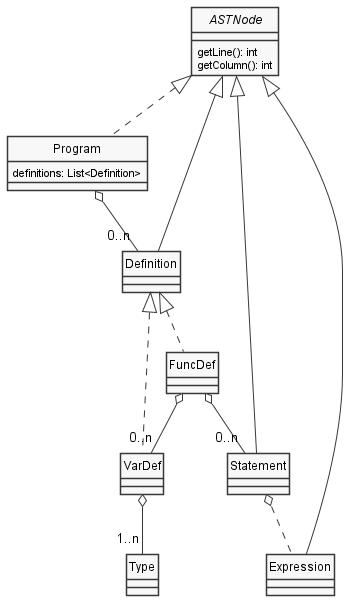
Before: docs/diagrams/Program.png, a diagram exported from PlantUML (uo271288/dlp-compiler).
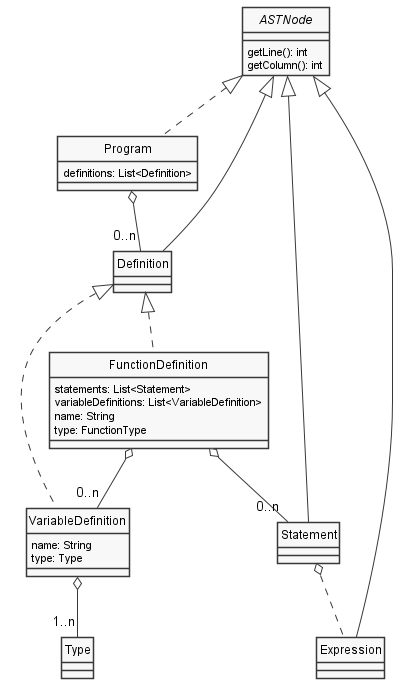
After the commit.

Diff of the diagram source:
```diff
@@ -18,9 +18,17 @@
 
 class Definition
 
-class VarDef
+class VariableDefinition {
+    name: String
+    type: Type
+}
 
-class FuncDef
+class FunctionDefinition {
+    statements: List<Statement>
+    variableDefinitions: List<VariableDefinition>
+    name: String
+    type: FunctionType
+}
 
 class Type
 
@@ -30,10 +38,10 @@
 ASTNode <|-- Definition
 Program o-- "0..n" Definition
 Statement o.. Expression
-Definition <|.. VarDef
-Definition <|.. FuncDef
-FuncDef o-- "0..n" Statement
-FuncDef o-- "0..n" VarDef
-VarDef o-- "1..n" Type
+Definition <|.. VariableDefinition
+Definition <|.. FunctionDefinition
+FunctionDefinition o-- "0..n" Statement
+FunctionDefinition o-- "0..n" VariableDefinition
+VariableDefinition o-- "1..n" Type
 
 @enduml
```
